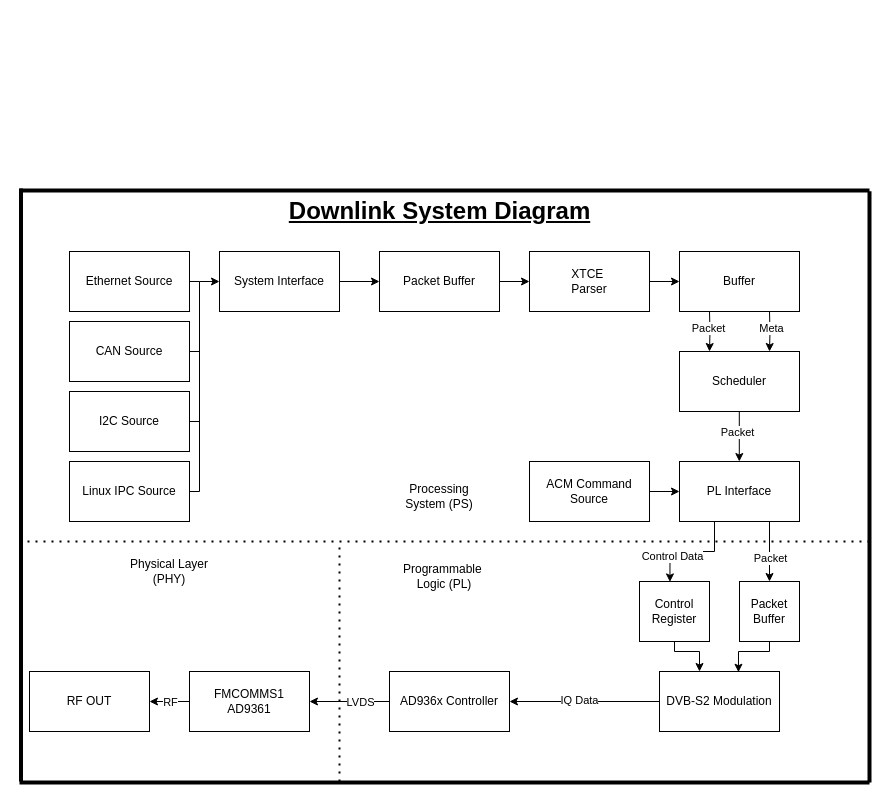
Earlier version of the draw.io diagram Admin/Interim-Report/System_Diagram.drawio (danielstebbings/STRATHcube-Downlink-2425). Source tidied: cells renumbered, new cells numbered last; positions are measured from the earlier drawing's top-left corner, leaving out a move shared by most shapes. Both pictures are drawn from the tidied source at 100%, with x=0, y=0 at pixel (-276, 19).
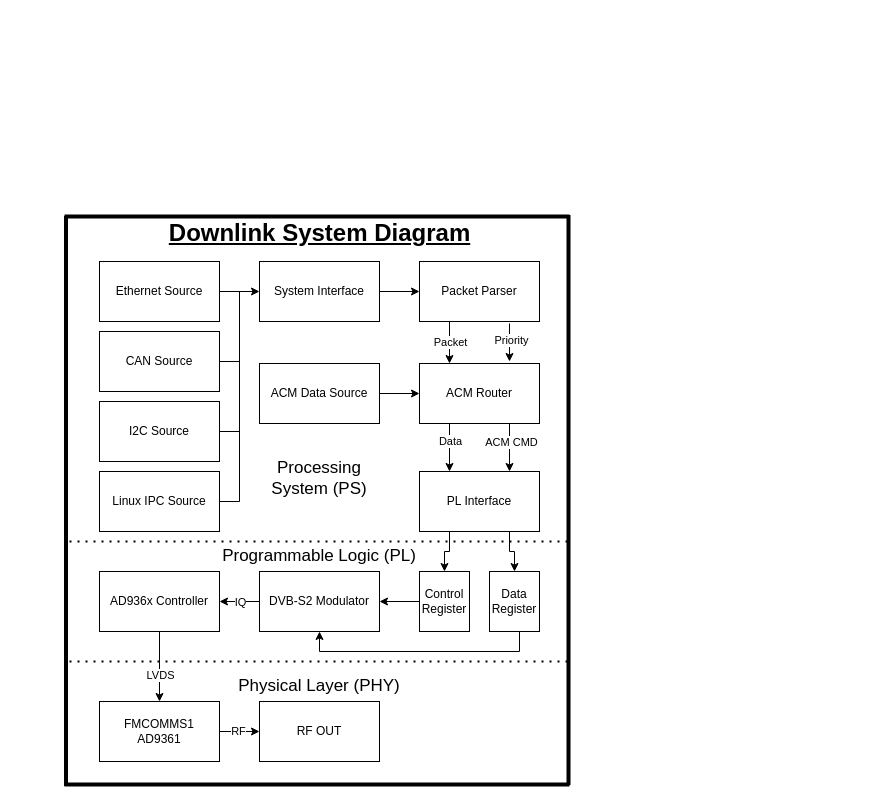
The same diagram, later.

Commit message (it also covers changes not shown here):
Wrote system architecture section. Need to sort References next!

The change refers to these unchanged cells:
```xml
<mxCell id="40" style="edgeStyle=orthogonalEdgeStyle;rounded=0;jettySize=auto;html=1;" parent="1" edge="1" source="42" target="45">
  <mxGeometry relative="1" as="geometry" />
</mxCell>
```

The edit, as a diff of the source:
```diff
@@
-    <mxCell id="2" style="edgeStyle=orthogonalEdgeStyle;rounded=0;jettySize=auto;html=1;" parent="1" edge="1" source="3" target="5">
-      <mxGeometry relative="1" as="geometry" />
-    </mxCell>
-    <mxCell id="3" value="System Interface" style="rounded=0;whiteSpace=wrap;html=1;" parent="1" vertex="1">
-      <mxGeometry x="495" y="232" width="120" height="60" as="geometry" />
-    </mxCell>
-    <mxCell id="4" style="edgeStyle=orthogonalEdgeStyle;rounded=0;jettySize=auto;html=1;" parent="1" edge="1" source="5" target="10">
-      <mxGeometry relative="1" as="geometry" />
-    </mxCell>
-    <mxCell id="5" value="Packet Buffer" style="rounded=0;whiteSpace=wrap;html=1;" parent="1" vertex="1">
-      <mxGeometry x="655" y="232" width="120" height="60" as="geometry" />
-    </mxCell>
+    <mxCell id="46" value="Downlink System Diagram" style="text;strokeColor=none;fillColor=none;html=1;fontSize=24;fontStyle=5;verticalAlign=middle;align=center;" parent="1" vertex="1">
+      <mxGeometry x="545" y="194" width="100" height="40" as="geometry" />
+    </mxCell>
+    <mxCell id="47" value="&lt;font style=&quot;font-size: 17px;&quot;&gt;Processing System (PS)&lt;/font&gt;" style="text;html=1;align=center;verticalAlign=middle;whiteSpace=wrap;rounded=0;" parent="1" vertex="1">
+      <mxGeometry x="545" y="444" width="100" height="30" as="geometry" />
+    </mxCell>
     <mxCell id="6" value="Ethernet Source" style="rounded=0;whiteSpace=wrap;html=1;" parent="1" vertex="1">
-      <mxGeometry x="345" y="232" width="120" height="60" as="geometry" />
+      <mxGeometry x="375" y="242" width="120" height="60" as="geometry" />
     </mxCell>
     <mxCell id="7" value="CAN Source" style="rounded=0;whiteSpace=wrap;html=1;" parent="1" vertex="1">
-      <mxGeometry x="345" y="302" width="120" height="60" as="geometry" />
+      <mxGeometry x="375" y="312" width="120" height="60" as="geometry" />
     </mxCell>
     <mxCell id="8" value="I2C Source" style="rounded=0;whiteSpace=wrap;html=1;" parent="1" vertex="1">
-      <mxGeometry x="345" y="372" width="120" height="60" as="geometry" />
+      <mxGeometry x="375" y="382" width="120" height="60" as="geometry" />
     </mxCell>
-    <mxCell id="9" style="edgeStyle=orthogonalEdgeStyle;rounded=0;jettySize=auto;html=1;" parent="1" edge="1" source="10" target="11">
-      <mxGeometry relative="1" as="geometry" />
-    </mxCell>
-    <mxCell id="10" value="XTCE&amp;nbsp;&lt;div&gt;Parser&lt;/div&gt;" style="rounded=0;whiteSpace=wrap;html=1;" parent="1" vertex="1">
-      <mxGeometry x="805" y="232" width="120" height="60" as="geometry" />
-    </mxCell>
-    <mxCell id="11" value="Buffer" style="rounded=0;whiteSpace=wrap;html=1;" parent="1" vertex="1">
-      <mxGeometry x="955" y="232" width="120" height="60" as="geometry" />
-    </mxCell>
-    <mxCell id="12" style="edgeStyle=orthogonalEdgeStyle;rounded=0;orthogonalLoop=1;jettySize=auto;html=1;exitX=0.25;exitY=1;exitDx=0;exitDy=0;entryX=0.25;entryY=0;entryDx=0;entryDy=0;" parent="1" edge="1">
-      <mxGeometry relative="1" as="geometry">
-        <mxPoint x="1014.8" y="392" as="sourcePoint" />
-        <mxPoint x="1014.8" y="442" as="targetPoint" />
-      </mxGeometry>
-    </mxCell>
-    <mxCell id="13" value="Packet" style="edgeLabel;html=1;align=center;verticalAlign=middle;" parent="12" vertex="1">
-      <mxGeometry x="-0.08" y="-2" relative="1" as="geometry">
-        <mxPoint y="-3" as="offset" />
-      </mxGeometry>
-    </mxCell>
-    <mxCell id="14" value="Scheduler" style="rounded=0;whiteSpace=wrap;html=1;" parent="1" vertex="1">
-      <mxGeometry x="955" y="332" width="120" height="60" as="geometry" />
-    </mxCell>
+    <mxCell id="30" value="Linux IPC Source" style="rounded=0;whiteSpace=wrap;html=1;" parent="1" vertex="1">
+      <mxGeometry x="375" y="452" width="120" height="60" as="geometry" />
+    </mxCell>
+    <mxCell id="56" style="endArrow=none;html=1;rounded=0;exitX=1;exitY=0.5;exitDx=0;exitDy=0;" parent="1" edge="1">
+      <mxGeometry relative="1" as="geometry">
+        <mxPoint x="505" y="272" as="sourcePoint" />
+        <mxPoint x="515" y="482" as="targetPoint" />
+        <Array as="points">
+          <mxPoint x="515" y="272" />
+        </Array>
+      </mxGeometry>
+    </mxCell>
+    <mxCell id="57" style="endArrow=none;html=1;rounded=0;exitX=1;exitY=0.5;exitDx=0;exitDy=0;" parent="1" edge="1" source="7">
+      <mxGeometry relative="1" as="geometry">
+        <mxPoint x="515" y="342" as="targetPoint" />
+      </mxGeometry>
+    </mxCell>
+    <mxCell id="58" style="endArrow=none;html=1;rounded=0;exitX=1;exitY=0.5;exitDx=0;exitDy=0;" parent="1" edge="1" source="8">
+      <mxGeometry relative="1" as="geometry">
+        <mxPoint x="515" y="412" as="targetPoint" />
+      </mxGeometry>
+    </mxCell>
+    <mxCell id="59" style="endArrow=none;html=1;rounded=0;exitX=1;exitY=0.5;exitDx=0;exitDy=0;" parent="1" edge="1" source="30">
+      <mxGeometry relative="1" as="geometry">
+        <mxPoint x="515" y="482" as="targetPoint" />
+      </mxGeometry>
+    </mxCell>
+    <mxCell id="60" style="endArrow=classic;html=1;rounded=0;entryX=0;entryY=0.5;entryDx=0;entryDy=0;exitX=1;exitY=0.5;exitDx=0;exitDy=0;" parent="1" edge="1" source="6" target="3">
+      <mxGeometry relative="1" as="geometry" />
+    </mxCell>
+    <mxCell id="61" style="edgeStyle=orthogonalEdgeStyle;rounded=0;jettySize=auto;html=1;" parent="1" edge="1" source="3" target="62">
+      <mxGeometry relative="1" as="geometry" />
+    </mxCell>
+    <mxCell id="3" value="System Interface" style="rounded=0;whiteSpace=wrap;html=1;" parent="1" vertex="1">
+      <mxGeometry x="535" y="242" width="120" height="60" as="geometry" />
+    </mxCell>
+    <mxCell id="62" value="Packet Parser" style="rounded=0;whiteSpace=wrap;html=1;" parent="1" vertex="1">
+      <mxGeometry x="695" y="242" width="120" height="60" as="geometry" />
+    </mxCell>
+    <mxCell id="63" style="edgeStyle=orthogonalEdgeStyle;rounded=0;jettySize=auto;html=1;exitX=0.75;exitY=1;exitDx=0;exitDy=0;entryX=0.75;entryY=0;entryDx=0;entryDy=0;" parent="1" edge="1" source="67" target="19">
+      <mxGeometry relative="1" as="geometry" />
+    </mxCell>
+    <mxCell id="64" value="ACM CMD" style="edgeLabel;html=1;align=center;verticalAlign=middle;" parent="63" vertex="1">
+      <mxGeometry x="-0.23" y="1" relative="1" as="geometry" />
+    </mxCell>
+    <mxCell id="65" style="edgeStyle=orthogonalEdgeStyle;rounded=0;jettySize=auto;html=1;exitX=0.25;exitY=1;exitDx=0;exitDy=0;entryX=0.25;entryY=0;entryDx=0;entryDy=0;" parent="1" edge="1" source="67" target="19">
+      <mxGeometry relative="1" as="geometry" />
+    </mxCell>
+    <mxCell id="66" value="Data" style="edgeLabel;html=1;align=center;verticalAlign=middle;" parent="65" vertex="1">
+      <mxGeometry x="-0.28" y="-1" relative="1" as="geometry">
+        <mxPoint x="1" as="offset" />
+      </mxGeometry>
+    </mxCell>
+    <mxCell id="67" value="ACM Router" style="rounded=0;whiteSpace=wrap;html=1;" parent="1" vertex="1">
+      <mxGeometry x="695" y="344" width="120" height="60" as="geometry" />
+    </mxCell>
+    <mxCell id="68" style="endArrow=classic;html=1;rounded=0;exitX=0.25;exitY=1;exitDx=0;exitDy=0;entryX=0.25;entryY=0;entryDx=0;entryDy=0;" parent="1" edge="1" source="62" target="67">
+      <mxGeometry relative="1" as="geometry" />
+    </mxCell>
+    <mxCell id="69" value="Packet" style="edgeLabel;html=1;align=center;verticalAlign=middle;" parent="68" vertex="1">
+      <mxGeometry x="-0.24" relative="1" as="geometry">
+        <mxPoint y="4" as="offset" />
+      </mxGeometry>
+    </mxCell>
+    <mxCell id="70" style="endArrow=classic;html=1;rounded=0;exitX=0.25;exitY=1;exitDx=0;exitDy=0;" parent="1" edge="1">
+      <mxGeometry relative="1" as="geometry">
+        <mxPoint x="785" y="304" as="sourcePoint" />
+        <mxPoint x="785" y="342" as="targetPoint" />
+      </mxGeometry>
+    </mxCell>
+    <mxCell id="71" value="Priority" style="edgeLabel;html=1;align=center;verticalAlign=middle;" parent="70" vertex="1">
+      <mxGeometry x="0.01" y="1" relative="1" as="geometry">
+        <mxPoint y="-3" as="offset" />
+      </mxGeometry>
+    </mxCell>
+    <mxCell id="72" style="edgeStyle=orthogonalEdgeStyle;rounded=0;jettySize=auto;html=1;" parent="1" edge="1" source="73" target="67">
+      <mxGeometry relative="1" as="geometry" />
+    </mxCell>
+    <mxCell id="73" value="ACM Data Source" style="rounded=0;whiteSpace=wrap;html=1;" parent="1" vertex="1">
+      <mxGeometry x="535" y="344" width="120" height="60" as="geometry" />
+    </mxCell>
-    <mxCell id="15" style="edgeStyle=orthogonalEdgeStyle;rounded=0;jettySize=auto;html=1;entryX=0.435;entryY=0.007;entryDx=0;entryDy=0;entryPerimeter=0;" parent="1" edge="1" source="19" target="21">
-      <mxGeometry relative="1" as="geometry">
-        <Array as="points">
-          <mxPoint x="990" y="532" />
-          <mxPoint x="945" y="532" />
-        </Array>
-      </mxGeometry>
+    <mxCell id="15" style="edgeStyle=orthogonalEdgeStyle;rounded=0;jettySize=auto;html=1;entryX=0.5;entryY=0;entryDx=0;entryDy=0;exitX=0.25;exitY=1;exitDx=0;exitDy=0;" parent="1" edge="1" source="19" target="21">
+      <mxGeometry relative="1" as="geometry" />
     </mxCell>
-    <mxCell id="16" value="Control Data" style="edgeLabel;html=1;align=center;verticalAlign=middle;" parent="15" vertex="1">
-      <mxGeometry x="0.5" y="2" relative="1" as="geometry" />
-    </mxCell>
-    <mxCell id="17" style="edgeStyle=orthogonalEdgeStyle;rounded=0;jettySize=auto;html=1;exitX=0.75;exitY=1;exitDx=0;exitDy=0;entryX=0.5;entryY=0;entryDx=0;entryDy=0;" parent="1" edge="1" source="19" target="29">
-      <mxGeometry relative="1" as="geometry" />
-    </mxCell>
-    <mxCell id="18" value="Packet" style="edgeLabel;html=1;align=center;verticalAlign=middle;" parent="17" vertex="1">
-      <mxGeometry x="0.3" y="-2" relative="1" as="geometry">
-        <mxPoint x="2" y="-3" as="offset" />
-      </mxGeometry>
-    </mxCell>
+    <mxCell id="74" style="edgeStyle=orthogonalEdgeStyle;rounded=0;jettySize=auto;html=1;" parent="1" edge="1" source="19" target="77">
+      <mxGeometry relative="1" as="geometry">
+        <Array as="points">
+          <mxPoint x="785" y="532" />
+          <mxPoint x="790" y="532" />
+        </Array>
+      </mxGeometry>
+    </mxCell>
     <mxCell id="19" value="PL Interface" style="rounded=0;whiteSpace=wrap;html=1;" parent="1" vertex="1">
-      <mxGeometry x="955" y="442" width="120" height="60" as="geometry" />
+      <mxGeometry x="695" y="452" width="120" height="60" as="geometry" />
     </mxCell>
-    <mxCell id="20" style="edgeStyle=orthogonalEdgeStyle;rounded=0;jettySize=auto;html=1;" parent="1" edge="1" source="21" target="38">
-      <mxGeometry relative="1" as="geometry">
-        <Array as="points">
-          <mxPoint x="950" y="632" />
-          <mxPoint x="975" y="632" />
-        </Array>
-      </mxGeometry>
-    </mxCell>
+    <mxCell id="75" style="edgeStyle=orthogonalEdgeStyle;rounded=0;jettySize=auto;html=1;" parent="1" edge="1" source="21" target="80">
+      <mxGeometry relative="1" as="geometry" />
+    </mxCell>
-    <mxCell id="21" value="Control&lt;div&gt;Register&lt;/div&gt;" style="rounded=0;whiteSpace=wrap;html=1;" parent="1" vertex="1">
-      <mxGeometry x="915" y="562" width="70" height="60" as="geometry" />
+    <mxCell id="21" value="Control&lt;div&gt;&lt;div&gt;Register&lt;/div&gt;&lt;/div&gt;" style="rounded=0;whiteSpace=wrap;html=1;" parent="1" vertex="1">
+      <mxGeometry x="695" y="552" width="50" height="60" as="geometry" />
     </mxCell>
-    <mxCell id="22" style="edgeStyle=orthogonalEdgeStyle;rounded=0;orthogonalLoop=1;jettySize=auto;html=1;exitX=0.25;exitY=1;exitDx=0;exitDy=0;" parent="1" edge="1">
-      <mxGeometry relative="1" as="geometry">
-        <mxPoint x="985" y="292" as="sourcePoint" />
-        <mxPoint x="985" y="332" as="targetPoint" />
-      </mxGeometry>
-    </mxCell>
-    <mxCell id="23" value="Packet" style="edgeLabel;html=1;align=center;verticalAlign=middle;" parent="22" vertex="1">
-      <mxGeometry x="-0.08" y="-2" relative="1" as="geometry">
-        <mxPoint y="-3" as="offset" />
-      </mxGeometry>
-    </mxCell>
-    <mxCell id="24" style="edgeStyle=orthogonalEdgeStyle;rounded=0;orthogonalLoop=1;jettySize=auto;html=1;entryX=0.75;entryY=0;entryDx=0;entryDy=0;" parent="1" edge="1">
-      <mxGeometry relative="1" as="geometry">
-        <mxPoint x="1045" y="292" as="sourcePoint" />
-        <mxPoint x="1045" y="332" as="targetPoint" />
-      </mxGeometry>
-    </mxCell>
-    <mxCell id="25" value="Meta" style="edgeLabel;html=1;align=center;verticalAlign=middle;" parent="24" vertex="1">
-      <mxGeometry x="-0.21" y="1" relative="1" as="geometry" />
-    </mxCell>
-    <mxCell id="26" style="edgeStyle=orthogonalEdgeStyle;rounded=0;jettySize=auto;html=1;entryX=0;entryY=0.5;entryDx=0;entryDy=0;" parent="1" edge="1" source="27" target="19">
-      <mxGeometry relative="1" as="geometry" />
-    </mxCell>
-    <mxCell id="27" value="ACM Command&lt;div&gt;Source&lt;/div&gt;" style="rounded=0;whiteSpace=wrap;html=1;" parent="1" vertex="1">
-      <mxGeometry x="805" y="442" width="120" height="60" as="geometry" />
-    </mxCell>
-    <mxCell id="28" style="endArrow=none;dashed=1;html=1;dashPattern=1 3;strokeWidth=2;rounded=0;" parent="1" edge="1">
-      <mxGeometry relative="1" as="geometry">
-        <mxPoint x="295" y="522" as="sourcePoint" />
-        <mxPoint x="1145" y="522" as="targetPoint" />
-      </mxGeometry>
-    </mxCell>
-    <mxCell id="29" value="Packet Buffer" style="rounded=0;whiteSpace=wrap;html=1;" parent="1" vertex="1">
-      <mxGeometry x="1015" y="562" width="60" height="60" as="geometry" />
-    </mxCell>
-    <mxCell id="30" value="Linux IPC Source" style="rounded=0;whiteSpace=wrap;html=1;" parent="1" vertex="1">
-      <mxGeometry x="345" y="442" width="120" height="60" as="geometry" />
-    </mxCell>
-    <mxCell id="31" style="endArrow=none;html=1;rounded=0;exitX=1;exitY=0.5;exitDx=0;exitDy=0;" parent="1" edge="1" source="6">
-      <mxGeometry relative="1" as="geometry">
-        <mxPoint x="475" y="472" as="targetPoint" />
-        <Array as="points">
-          <mxPoint x="475" y="262" />
-        </Array>
-      </mxGeometry>
-    </mxCell>
-    <mxCell id="32" style="endArrow=none;html=1;rounded=0;exitX=1;exitY=0.5;exitDx=0;exitDy=0;" parent="1" edge="1" source="7">
-      <mxGeometry relative="1" as="geometry">
-        <mxPoint x="475" y="332" as="targetPoint" />
-      </mxGeometry>
-    </mxCell>
-    <mxCell id="33" style="endArrow=none;html=1;rounded=0;exitX=1;exitY=0.5;exitDx=0;exitDy=0;" parent="1" edge="1" source="8">
-      <mxGeometry relative="1" as="geometry">
-        <mxPoint x="475" y="402" as="targetPoint" />
-      </mxGeometry>
-    </mxCell>
-    <mxCell id="34" style="endArrow=none;html=1;rounded=0;exitX=1;exitY=0.5;exitDx=0;exitDy=0;" parent="1" edge="1" source="30">
-      <mxGeometry relative="1" as="geometry">
-        <mxPoint x="475" y="472" as="targetPoint" />
-      </mxGeometry>
-    </mxCell>
-    <mxCell id="35" style="endArrow=classic;html=1;rounded=0;" parent="1" edge="1">
-      <mxGeometry relative="1" as="geometry">
-        <mxPoint x="475" y="262" as="sourcePoint" />
-        <mxPoint x="495" y="262" as="targetPoint" />
-      </mxGeometry>
-    </mxCell>
-    <mxCell id="36" style="edgeStyle=orthogonalEdgeStyle;rounded=0;jettySize=auto;html=1;entryX=1;entryY=0.5;entryDx=0;entryDy=0;" parent="1" edge="1" source="38" target="42">
-      <mxGeometry relative="1" as="geometry" />
-    </mxCell>
-    <mxCell id="37" value="IQ Data" style="edgeLabel;html=1;align=center;verticalAlign=middle;" parent="36" vertex="1">
-      <mxGeometry x="0.08" y="-2" relative="1" as="geometry" />
-    </mxCell>
-    <mxCell id="38" value="DVB-S2 Modulation" style="rounded=0;whiteSpace=wrap;html=1;" parent="1" vertex="1">
-      <mxGeometry x="935" y="652" width="120" height="60" as="geometry" />
-    </mxCell>
-    <mxCell id="39" style="edgeStyle=orthogonalEdgeStyle;rounded=0;jettySize=auto;html=1;entryX=0.658;entryY=0.012;entryDx=0;entryDy=0;entryPerimeter=0;" parent="1" edge="1" source="29" target="38">
-      <mxGeometry relative="1" as="geometry">
-        <Array as="points">
-          <mxPoint x="1045" y="632" />
-          <mxPoint x="1014" y="632" />
-        </Array>
-      </mxGeometry>
-    </mxCell>
+    <mxCell id="76" style="edgeStyle=orthogonalEdgeStyle;rounded=0;jettySize=auto;html=1;entryX=0.5;entryY=1;entryDx=0;entryDy=0;" parent="1" edge="1" source="77" target="80">
+      <mxGeometry relative="1" as="geometry">
+        <Array as="points">
+          <mxPoint x="795" y="632" />
+          <mxPoint x="595" y="632" />
+        </Array>
+      </mxGeometry>
+    </mxCell>
+    <mxCell id="77" value="Data&lt;div&gt;Register&lt;/div&gt;" style="rounded=0;whiteSpace=wrap;html=1;" parent="1" vertex="1">
+      <mxGeometry x="765" y="552" width="50" height="60" as="geometry" />
+    </mxCell>
+    <mxCell id="78" style="edgeStyle=orthogonalEdgeStyle;rounded=0;jettySize=auto;html=1;" parent="1" edge="1" source="80" target="42">
+      <mxGeometry relative="1" as="geometry" />
+    </mxCell>
+    <mxCell id="79" value="IQ" style="edgeLabel;html=1;align=center;verticalAlign=middle;" parent="78" vertex="1">
+      <mxGeometry x="0.1" y="3" relative="1" as="geometry">
+        <mxPoint x="2" y="-3" as="offset" />
+      </mxGeometry>
+    </mxCell>
+    <mxCell id="80" value="DVB-S2 Modulator" style="rounded=0;whiteSpace=wrap;html=1;" parent="1" vertex="1">
+      <mxGeometry x="535" y="552" width="120" height="60" as="geometry" />
+    </mxCell>
@@
     <mxCell id="41" value="LVDS" style="edgeLabel;html=1;align=center;verticalAlign=middle;" parent="40" vertex="1">
-      <mxGeometry x="-0.3" relative="1" as="geometry">
-        <mxPoint x="-2" as="offset" />
+      <mxGeometry x="0.37" y="4" relative="1" as="geometry">
+        <mxPoint x="-4" y="-5" as="offset" />
       </mxGeometry>
     </mxCell>
     <mxCell id="42" value="AD936x Controller" style="rounded=0;whiteSpace=wrap;html=1;" parent="1" vertex="1">
-      <mxGeometry x="665" y="652" width="120" height="60" as="geometry" />
+      <mxGeometry x="375" y="552" width="120" height="60" as="geometry" />
     </mxCell>
+    <mxCell id="81" style="endArrow=none;dashed=1;html=1;dashPattern=1 3;strokeWidth=2;rounded=0;" parent="1" edge="1">
+      <mxGeometry relative="1" as="geometry">
+        <mxPoint x="345" y="522" as="sourcePoint" />
+        <mxPoint x="845" y="522" as="targetPoint" />
+      </mxGeometry>
+    </mxCell>
+    <mxCell id="48" value="&lt;font style=&quot;font-size: 17px;&quot;&gt;Programmable Logic (PL)&lt;/font&gt;" style="text;html=1;align=center;verticalAlign=middle;whiteSpace=wrap;rounded=0;" parent="1" vertex="1">
+      <mxGeometry x="490" y="522" width="210" height="30" as="geometry" />
+    </mxCell>
-    <mxCell id="43" style="edgeStyle=orthogonalEdgeStyle;rounded=0;jettySize=auto;html=1;" parent="1" edge="1" source="45" target="51">
+    <mxCell id="43" style="edgeStyle=orthogonalEdgeStyle;rounded=0;jettySize=auto;html=1;entryX=0;entryY=0.5;entryDx=0;entryDy=0;" parent="1" edge="1" source="45" target="51">
       <mxGeometry relative="1" as="geometry" />
     </mxCell>
     <mxCell id="44" value="RF" style="edgeLabel;html=1;align=center;verticalAlign=middle;" parent="43" vertex="1">
-      <mxGeometry x="-0.26" relative="1" as="geometry">
-        <mxPoint x="-5" as="offset" />
+      <mxGeometry x="0.1" y="-2" relative="1" as="geometry">
+        <mxPoint x="-4" y="-3" as="offset" />
       </mxGeometry>
     </mxCell>
     <mxCell id="45" value="FMCOMMS1&lt;br&gt;AD9361" style="rounded=0;whiteSpace=wrap;html=1;" parent="1" vertex="1">
-      <mxGeometry x="465" y="652" width="120" height="60" as="geometry" />
+      <mxGeometry x="375" y="682" width="120" height="60" as="geometry" />
     </mxCell>
-    <mxCell id="46" value="Downlink System Diagram" style="text;strokeColor=none;fillColor=none;html=1;fontSize=24;fontStyle=5;verticalAlign=middle;align=center;" parent="1" vertex="1">
-      <mxGeometry x="665" y="172" width="100" height="40" as="geometry" />
-    </mxCell>
-    <mxCell id="47" value="Processing System (PS)" style="text;html=1;align=center;verticalAlign=middle;whiteSpace=wrap;rounded=0;" parent="1" vertex="1">
-      <mxGeometry x="665" y="462" width="100" height="30" as="geometry" />
-    </mxCell>
-    <mxCell id="48" value="Programmable&amp;nbsp;&lt;br&gt;Logic (PL)" style="text;html=1;align=center;verticalAlign=middle;whiteSpace=wrap;rounded=0;" parent="1" vertex="1">
-      <mxGeometry x="670" y="542" width="100" height="30" as="geometry" />
-    </mxCell>
-    <mxCell id="49" style="endArrow=none;dashed=1;html=1;dashPattern=1 3;strokeWidth=2;rounded=0;" parent="1" edge="1">
-      <mxGeometry relative="1" as="geometry">
-        <mxPoint x="615" y="762" as="sourcePoint" />
-        <mxPoint x="615" y="522" as="targetPoint" />
-      </mxGeometry>
-    </mxCell>
+    <mxCell id="51" value="RF OUT" style="rounded=0;whiteSpace=wrap;html=1;" parent="1" vertex="1">
+      <mxGeometry x="535" y="682" width="120" height="60" as="geometry" />
+    </mxCell>
-    <mxCell id="50" value="Physical Layer (PHY)" style="text;html=1;align=center;verticalAlign=middle;whiteSpace=wrap;rounded=0;" parent="1" vertex="1">
-      <mxGeometry x="395" y="537" width="100" height="30" as="geometry" />
+    <mxCell id="50" value="&lt;font style=&quot;font-size: 17px;&quot;&gt;Physical Layer (PHY)&lt;/font&gt;" style="text;html=1;align=center;verticalAlign=middle;whiteSpace=wrap;rounded=0;" parent="1" vertex="1">
+      <mxGeometry x="490" y="652" width="210" height="30" as="geometry" />
     </mxCell>
-    <mxCell id="51" value="RF OUT" style="rounded=0;whiteSpace=wrap;html=1;" parent="1" vertex="1">
-      <mxGeometry x="305" y="652" width="120" height="60" as="geometry" />
-    </mxCell>
-    <mxCell id="52" style="line;strokeWidth=4;html=1;perimeter=backbonePerimeter;" parent="1" vertex="1">
-      <mxGeometry x="295" y="762" width="850" height="2" as="geometry" />
-    </mxCell>
-    <mxCell id="53" style="line;strokeWidth=4;html=1;perimeter=backbonePerimeter;rotation=90;" parent="1" vertex="1">
-      <mxGeometry x="849.4" y="466.4" width="591.2" height="2" as="geometry" />
-    </mxCell>
-    <mxCell id="54" style="line;strokeWidth=4;html=1;perimeter=backbonePerimeter;rotation=90;" parent="1" vertex="1">
-      <mxGeometry y="464.5" width="593" height="2" as="geometry" />
-    </mxCell>
-    <mxCell id="55" style="line;strokeWidth=4;html=1;perimeter=backbonePerimeter;" parent="1" vertex="1">
-      <mxGeometry x="295" width="850" height="342" as="geometry" />
-    </mxCell>
+    <mxCell id="82" style="endArrow=none;dashed=1;html=1;dashPattern=1 3;strokeWidth=2;rounded=0;" parent="1" edge="1">
+      <mxGeometry relative="1" as="geometry">
+        <mxPoint x="345" y="642" as="sourcePoint" />
+        <mxPoint x="845" y="642" as="targetPoint" />
+      </mxGeometry>
+    </mxCell>
+    <mxCell id="83" style="line;strokeWidth=4;html=1;perimeter=backbonePerimeter;rotation=90;" parent="1" vertex="1">
+      <mxGeometry x="56.5" y="480.5" width="570" height="2" as="geometry" />
+    </mxCell>
+    <mxCell id="84" style="line;strokeWidth=4;html=1;perimeter=backbonePerimeter;" parent="1" vertex="1">
+      <mxGeometry x="340" y="764" width="505" height="2" as="geometry" />
+    </mxCell>
+    <mxCell id="85" style="line;strokeWidth=4;html=1;perimeter=backbonePerimeter;rotation=90;" parent="1" vertex="1">
+      <mxGeometry x="559" y="479.5" width="570" height="2" as="geometry" />
+    </mxCell>
+    <mxCell id="86" style="line;strokeWidth=4;html=1;perimeter=backbonePerimeter;" parent="1" vertex="1">
+      <mxGeometry x="340" y="196" width="505" height="2" as="geometry" />
+    </mxCell>
```
